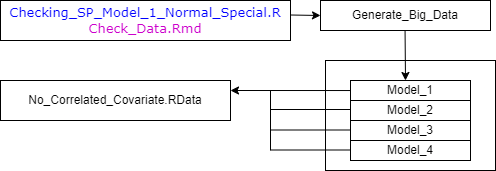
Earlier version of the draw.io export Images/Generate_Big_Data.png (Amalan-ConStat/RS_OS_MROS_LR_TwoVar_Exponential). Source tidied: cells renumbered, new cells last; positions are measured from the earlier drawing's top-left corner, leaving out a move shared by most shapes.
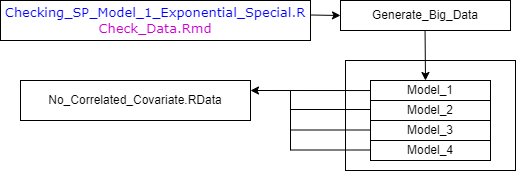
Above is the later version.

Commit message:
labels corrected for Images by adding exponential

The edit, as a diff of the source:
```diff
@@ -23,8 +23,8 @@
     <mxCell id="8" value="No_Correlated_Covariate.RData" style="rounded=0;whiteSpace=wrap;html=1;" parent="1" vertex="1">
       <mxGeometry y="80" width="230" height="40" as="geometry" />
     </mxCell>
-    <mxCell id="9" value="Checking_SP_Model_1_Normal_Special.R&lt;br&gt;&lt;font color=&quot;#cc00cc&quot;&gt;Check_Data.Rmd&lt;/font&gt;" style="rounded=0;whiteSpace=wrap;html=1;fontFamily=Verdana;fontSize=13;fontColor=#0000FF;" parent="1" vertex="1">
-      <mxGeometry width="290" height="40" as="geometry" />
+    <mxCell id="9" value="Checking_SP_Model_1_Exponential_Special.R&lt;br&gt;&lt;font color=&quot;#cc00cc&quot;&gt;Check_Data.Rmd&lt;/font&gt;" style="rounded=0;whiteSpace=wrap;html=1;fontFamily=Verdana;fontSize=13;fontColor=#0000FF;" parent="1" vertex="1">
+      <mxGeometry x="-20" width="310" height="40" as="geometry" />
     </mxCell>
     <mxCell id="10" style="endArrow=classic;html=1;rounded=0;fontFamily=Verdana;fontSize=13;fontColor=#CC00CC;exitX=0.414;exitY=1;exitDx=0;exitDy=0;exitPerimeter=0;" parent="1" edge="1">
       <mxGeometry relative="1" as="geometry">
```
